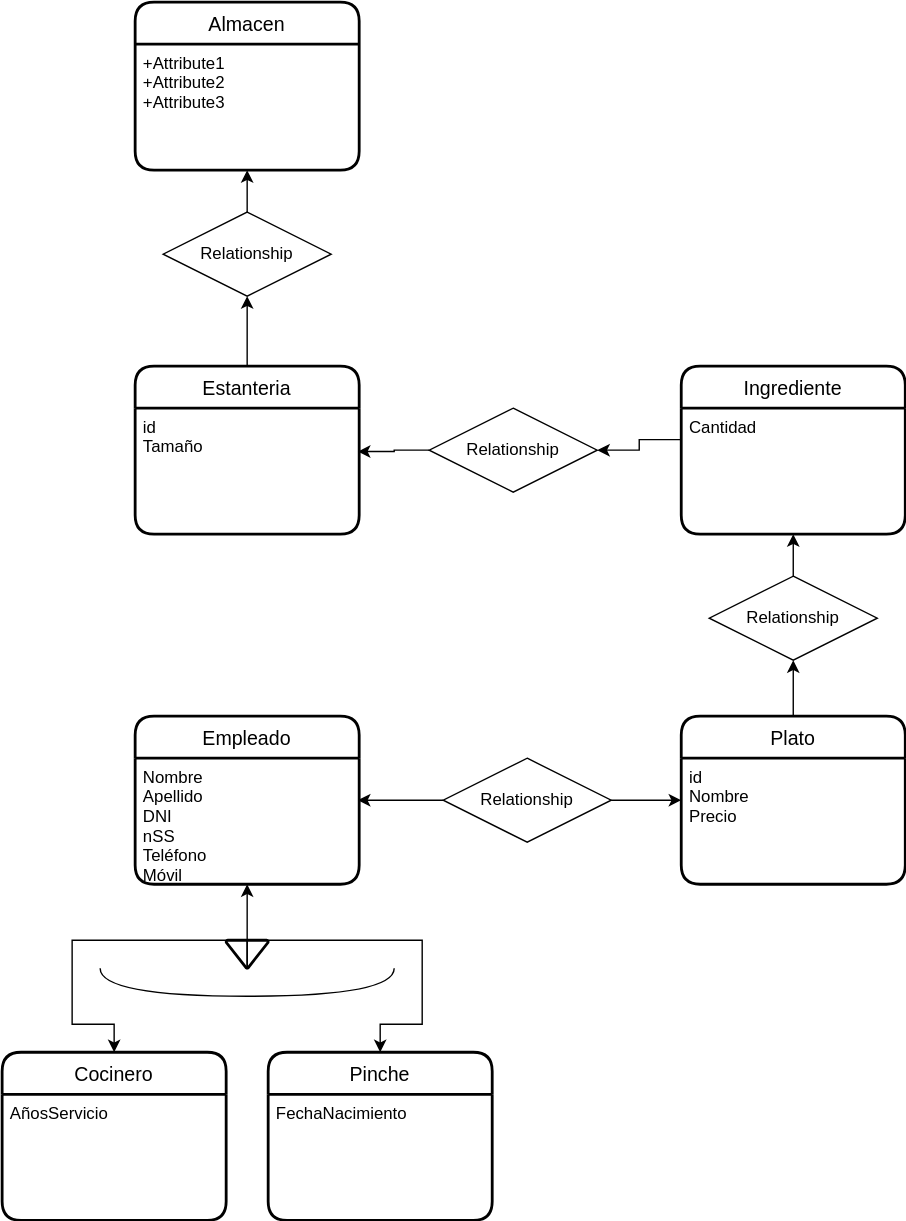
Above: UD12-13.svg in Jimxx22/C3-UD11-UML (draw.io), before the change. Source tidied: cells renumbered, new cells last; positions are measured from the earlier drawing's top-left corner, leaving out a move shared by most shapes.
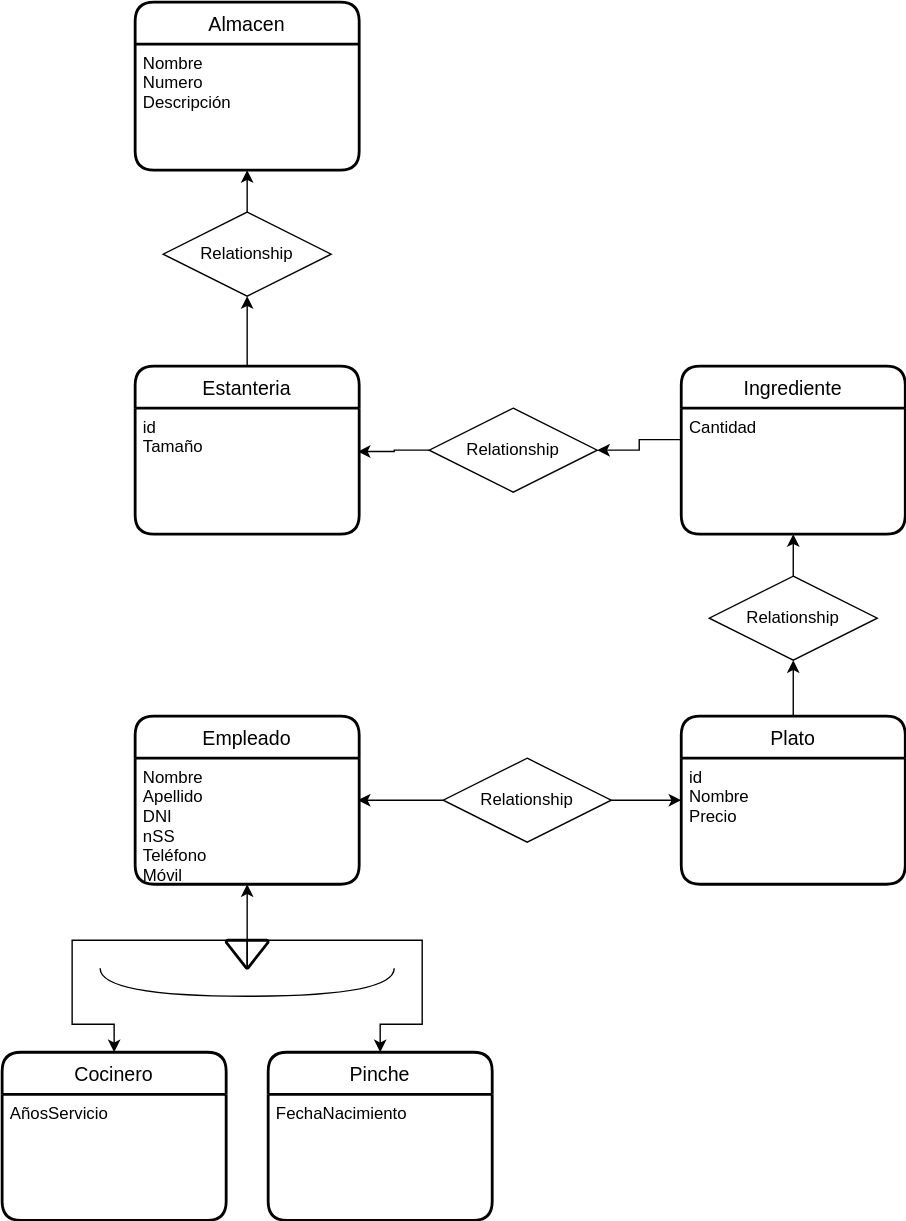
After the commit.

Diff of the diagram source:
```diff
@@ -47,7 +47,7 @@
     <mxCell id="16" value="Almacen" style="swimlane;horizontal=1;startSize=30;rounded=1;fontSize=14;fontStyle=0;strokeWidth=2;shadow=0;dashed=0;align=center;" parent="1" vertex="1">
       <mxGeometry x="95" width="160" height="120" as="geometry" />
     </mxCell>
-    <mxCell id="17" value="+Attribute1&#10;+Attribute2&#10;+Attribute3" style="align=left;strokeColor=none;fillColor=none;spacingLeft=4;fontSize=12;verticalAlign=top;" parent="16" vertex="1">
+    <mxCell id="17" value="Nombre&#10;Numero&#10;Descripción&#10;" style="align=left;strokeColor=none;fillColor=none;spacingLeft=4;fontSize=12;verticalAlign=top;" parent="16" vertex="1">
       <mxGeometry y="30" width="160" height="90" as="geometry" />
     </mxCell>
     <mxCell id="18" style="edgeStyle=orthogonalEdgeStyle;rounded=0;jettySize=auto;html=1;exitX=0.5;exitY=0;exitDx=0;exitDy=0;entryX=0.5;entryY=1;entryDx=0;entryDy=0;" parent="1" edge="1" source="19" target="11">
```
